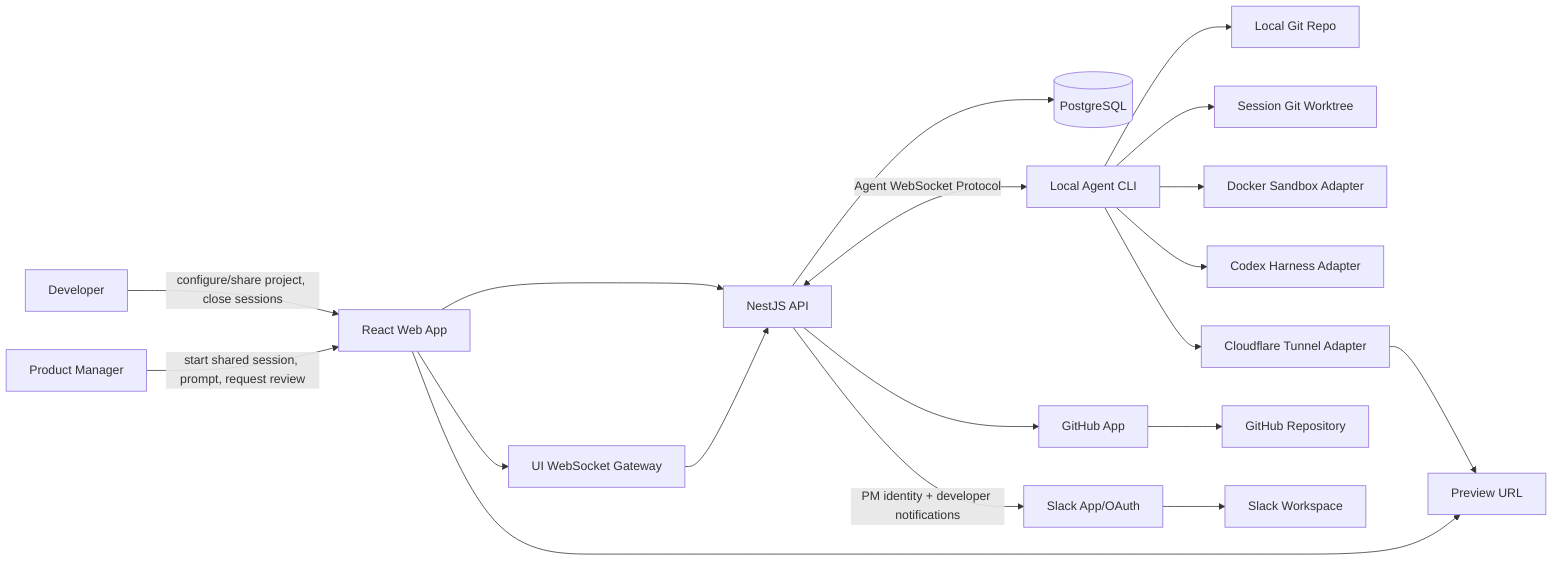
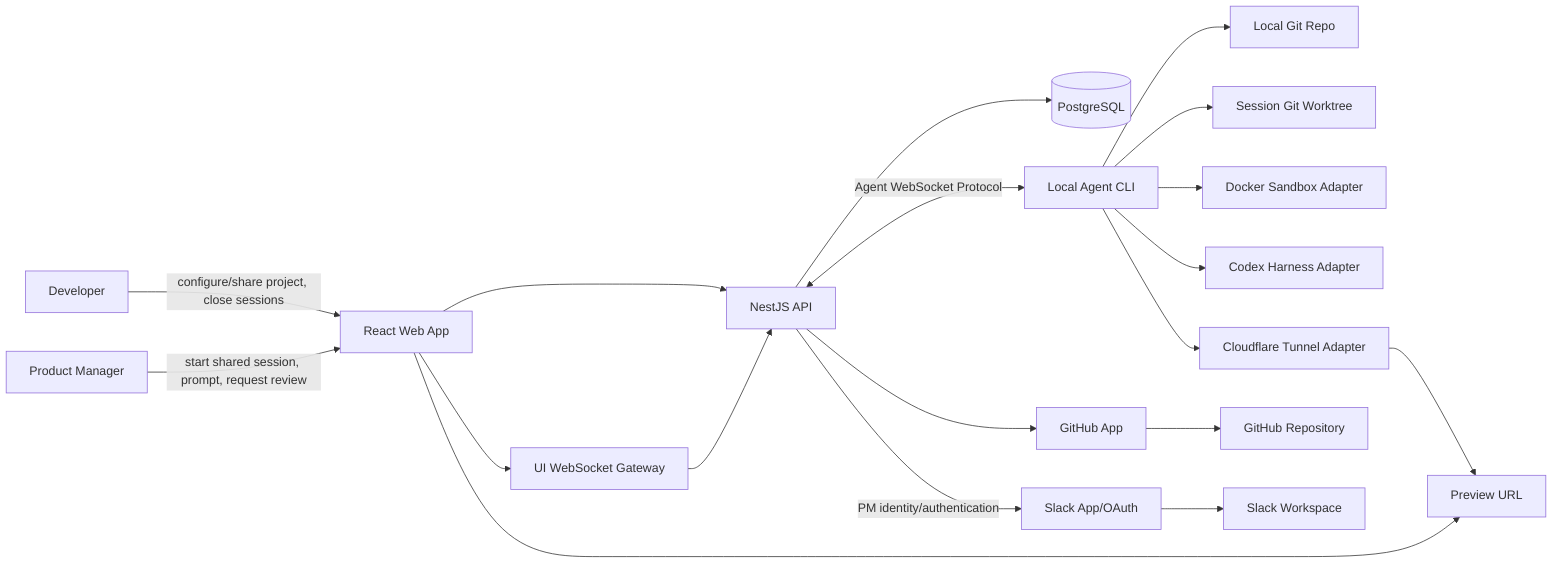
flowchart LR
  Dev[Developer] -->|configure/share project, close sessions| Web[React Web App]
  PM[Product Manager] -->|start shared session, prompt, request review| Web

  Web --> Api[NestJS API]
  Web --> UiWs[UI WebSocket Gateway]
  UiWs --> Api

  Api --> Db[(PostgreSQL)]
  Api --> Gh[GitHub App]
-   Api -->|PM identity + developer notifications| Slack[Slack App/OAuth]
+   Api -->|PM identity/authentication| Slack[Slack App/OAuth]

  Api <-->|Agent WebSocket Protocol| Agent[Local Agent CLI]

  Agent --> Git[Local Git Repo]
  Agent --> Worktree[Session Git Worktree]
  Agent --> Docker[Docker Sandbox Adapter]
  Agent --> Codex[Codex Harness Adapter]
  Agent --> Tunnel[Cloudflare Tunnel Adapter]

  Tunnel --> Preview[Preview URL]
  Web --> Preview
  Gh --> Repo[GitHub Repository]
  Slack --> Workspace[Slack Workspace]
